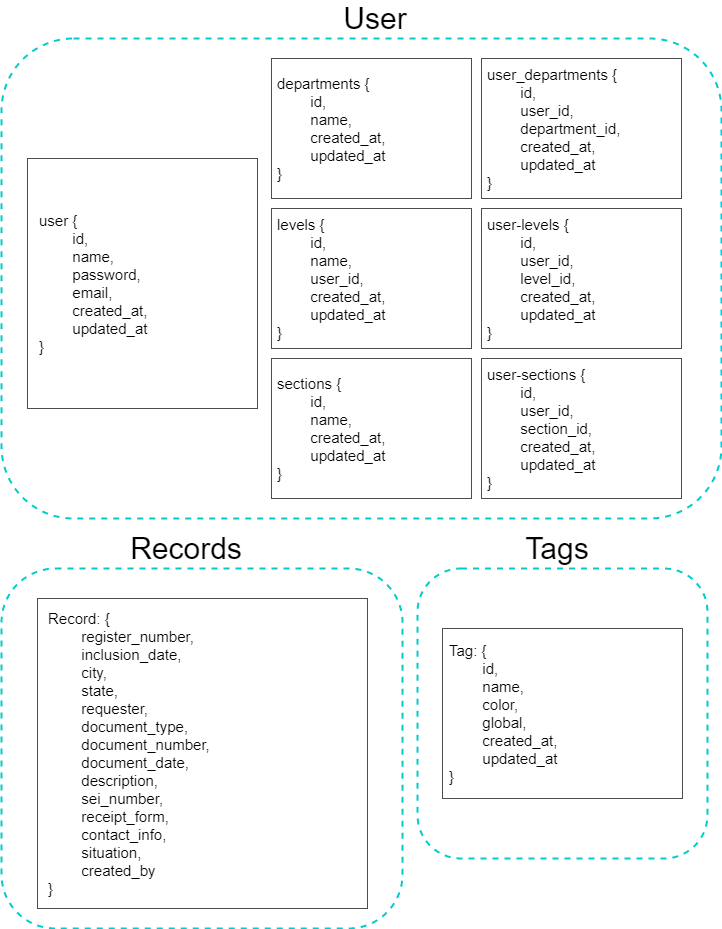
The draw.io diagram docs/imgs/architecture/visao-logica.drawio.png in fga-eps-mds/2021.1-Oraculo, before a commit. Source tidied: cells renumbered, new cells last; positions are measured from the earlier drawing's top-left corner, leaving out a move shared by most shapes.
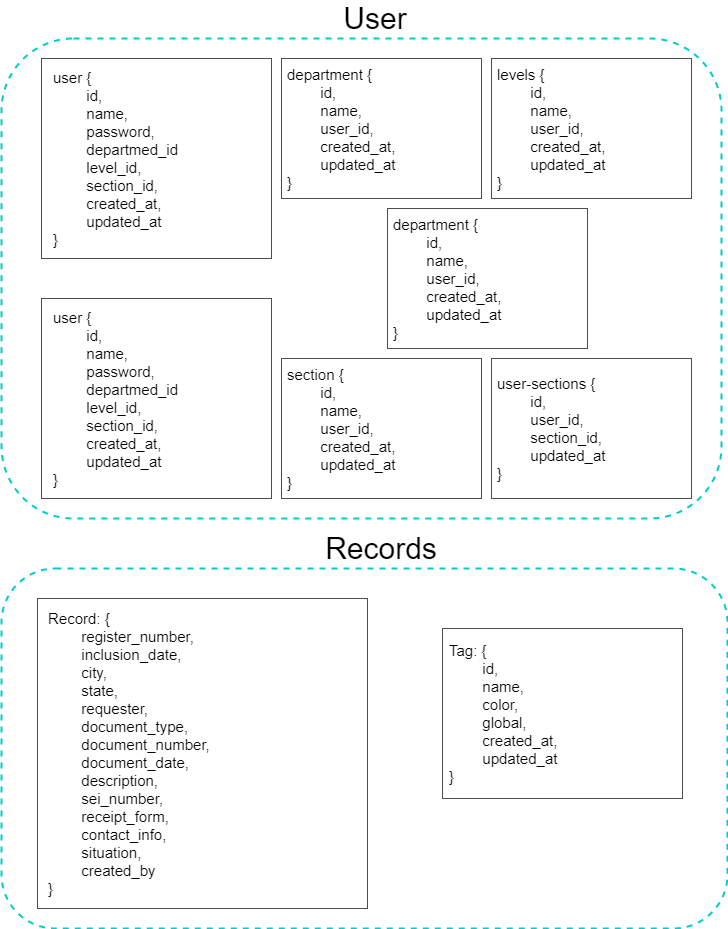
The same file after the commit.

Commit message:
update diagrams in document fga-eps-mds/2021.1-Oraculo#126

Diff of the diagram source:
```diff
@@ -9,20 +9,14 @@
       <mxGeometry x="354" width="40" height="20" as="geometry" />
     </mxCell>
     <mxCell id="4" style="group;" parent="1" vertex="1">
-      <mxGeometry x="26" y="150" width="230" height="250" as="geometry" />
+      <mxGeometry x="40" y="50" width="230" height="200" as="geometry" />
     </mxCell>
     <mxCell id="5" style="rounded=0;whiteSpace=wrap;html=1;fontSize=30;strokeColor=#4D4D4D;strokeWidth=1;fillColor=none;align=center;labelPosition=center;verticalLabelPosition=middle;verticalAlign=middle;" parent="4" vertex="1">
-      <mxGeometry width="230" height="250" as="geometry" />
+      <mxGeometry width="230" height="200" as="geometry" />
     </mxCell>
-    <mxCell id="6" value="&lt;div style=&quot;font-size: 15px&quot;&gt;user {&lt;/div&gt;&lt;div style=&quot;font-size: 15px&quot;&gt;&amp;nbsp; &lt;span style=&quot;white-space: pre&quot;&gt;&#9;&lt;/span&gt;id,&lt;/div&gt;&lt;div style=&quot;font-size: 15px&quot;&gt;&amp;nbsp; &lt;span style=&quot;white-space: pre&quot;&gt;&#9;&lt;/span&gt;name,&lt;/div&gt;&lt;div style=&quot;font-size: 15px&quot;&gt;&lt;span style=&quot;white-space: pre&quot;&gt;&#9;&lt;/span&gt;password,&lt;/div&gt;&lt;div style=&quot;font-size: 15px&quot;&gt;&lt;span style=&quot;white-space: pre&quot;&gt;&#9;&lt;/span&gt;email,&lt;/div&gt;&lt;div style=&quot;font-size: 15px&quot;&gt;&lt;span style=&quot;white-space: pre&quot;&gt;&#9;&lt;/span&gt;created_at,&lt;br&gt;&lt;/div&gt;&lt;div style=&quot;font-size: 15px&quot;&gt;&lt;span style=&quot;white-space: pre&quot;&gt;&#9;&lt;/span&gt;updated_at&lt;br&gt;&lt;/div&gt;&lt;div style=&quot;font-size: 15px&quot;&gt;}&lt;/div&gt;" style="text;html=1;strokeColor=none;fillColor=none;align=left;verticalAlign=middle;whiteSpace=wrap;rounded=0;hachureGap=4;fontSize=15;" parent="4" vertex="1">
-      <mxGeometry x="9.6" y="17" width="210.8" height="215.9" as="geometry" />
+    <mxCell id="6" value="&lt;div style=&quot;font-size: 15px&quot;&gt;user {&lt;/div&gt;&lt;div style=&quot;font-size: 15px&quot;&gt;&amp;nbsp; &lt;span style=&quot;white-space: pre&quot;&gt;&#9;&lt;/span&gt;id,&lt;/div&gt;&lt;div style=&quot;font-size: 15px&quot;&gt;&amp;nbsp; &lt;span style=&quot;white-space: pre&quot;&gt;&#9;&lt;/span&gt;name,&lt;/div&gt;&lt;div style=&quot;font-size: 15px&quot;&gt;&lt;span style=&quot;white-space: pre&quot;&gt;&#9;&lt;/span&gt;password,&lt;/div&gt;&lt;div style=&quot;font-size: 15px&quot;&gt;&amp;nbsp; &lt;span style=&quot;white-space: pre&quot;&gt;&#9;&lt;/span&gt;departmed_id&lt;/div&gt;&lt;div style=&quot;font-size: 15px&quot;&gt;&amp;nbsp; &lt;span style=&quot;white-space: pre&quot;&gt;&#9;&lt;/span&gt;level_id,&lt;/div&gt;&lt;div style=&quot;font-size: 15px&quot;&gt;&amp;nbsp; &lt;span style=&quot;white-space: pre&quot;&gt;&#9;&lt;/span&gt;section_id,&lt;/div&gt;&lt;div style=&quot;font-size: 15px&quot;&gt;&amp;nbsp; &lt;span style=&quot;white-space: pre&quot;&gt;&#9;&lt;/span&gt;created_at,&lt;/div&gt;&lt;div style=&quot;font-size: 15px&quot;&gt;&amp;nbsp; &lt;span style=&quot;white-space: pre&quot;&gt;&#9;&lt;/span&gt;updated_at&lt;/div&gt;&lt;div style=&quot;font-size: 15px&quot;&gt;}&lt;/div&gt;" style="text;html=1;strokeColor=none;fillColor=none;align=left;verticalAlign=middle;whiteSpace=wrap;rounded=0;hachureGap=4;fontSize=15;" parent="4" vertex="1">
+      <mxGeometry x="9.6" y="13.6" width="210.8" height="172.7" as="geometry" />
     </mxCell>
-    <mxCell id="7" style="rounded=1;whiteSpace=wrap;html=1;strokeColor=#00CCCC;dashed=1;strokeWidth=2;fillColor=none;" parent="1" vertex="1">
-      <mxGeometry x="416" y="560" width="290" height="290" as="geometry" />
-    </mxCell>
-    <mxCell id="8" value="Tags" style="text;html=1;strokeColor=none;fillColor=none;align=center;verticalAlign=middle;whiteSpace=wrap;rounded=0;dashed=1;fontSize=30;" parent="1" vertex="1">
-      <mxGeometry x="535.5" y="530" width="40" height="20" as="geometry" />
-    </mxCell>
     <mxCell id="9" style="group;" parent="1" vertex="1">
       <mxGeometry x="441" y="620" width="240" height="170" as="geometry" />
     </mxCell>
@@ -33,10 +27,10 @@
       <mxGeometry x="5" y="5" width="230" height="160" as="geometry" />
     </mxCell>
     <mxCell id="12" style="rounded=1;whiteSpace=wrap;html=1;strokeColor=#00CCCC;dashed=1;strokeWidth=2;fillColor=none;" parent="1" vertex="1">
-      <mxGeometry y="560" width="401" height="360" as="geometry" />
+      <mxGeometry y="560" width="726" height="360" as="geometry" />
     </mxCell>
     <mxCell id="13" value="Records" style="text;html=1;strokeColor=none;fillColor=none;align=center;verticalAlign=middle;whiteSpace=wrap;rounded=0;dashed=1;fontSize=30;" parent="1" vertex="1">
-      <mxGeometry x="165" y="530" width="40" height="20" as="geometry" />
+      <mxGeometry x="360" y="530" width="40" height="20" as="geometry" />
     </mxCell>
     <mxCell id="14" style="group;" parent="1" vertex="1">
       <mxGeometry x="36" y="590" width="330" height="310" as="geometry" />
@@ -48,57 +42,57 @@
       <mxGeometry x="9.4" y="9.1" width="313.7" height="291.8" as="geometry" />
     </mxCell>
     <mxCell id="17" style="group;" parent="1" vertex="1">
-      <mxGeometry x="270" y="200" width="200" height="140" as="geometry" />
+      <mxGeometry x="280" y="50" width="200" height="140" as="geometry" />
     </mxCell>
     <mxCell id="18" style="rounded=0;whiteSpace=wrap;html=1;fontSize=30;strokeColor=#4D4D4D;strokeWidth=1;fillColor=none;align=center;labelPosition=center;verticalLabelPosition=middle;verticalAlign=middle;" parent="17" vertex="1">
       <mxGeometry width="200" height="140" as="geometry" />
     </mxCell>
-    <mxCell id="19" value="&lt;div&gt;levels {&lt;/div&gt;&lt;div&gt;&amp;nbsp; &lt;span style=&quot;white-space: pre&quot;&gt;&#9;&lt;/span&gt;id,&lt;/div&gt;&lt;div&gt;&amp;nbsp; &lt;span style=&quot;white-space: pre&quot;&gt;&#9;&lt;/span&gt;name,&lt;/div&gt;&lt;div&gt;&amp;nbsp; &lt;span style=&quot;white-space: pre&quot;&gt;&#9;&lt;/span&gt;user_id,&lt;/div&gt;&lt;div&gt;&amp;nbsp; &lt;span style=&quot;white-space: pre&quot;&gt;&#9;&lt;/span&gt;created_at,&lt;/div&gt;&lt;div&gt;&amp;nbsp; &lt;span style=&quot;white-space: pre&quot;&gt;&#9;&lt;/span&gt;updated_at&lt;/div&gt;&lt;div&gt;}&lt;/div&gt;" style="text;html=1;strokeColor=none;fillColor=none;align=left;verticalAlign=middle;rounded=0;fontSize=15;labelPosition=center;verticalLabelPosition=middle;" parent="17" vertex="1">
+    <mxCell id="19" value="&lt;div&gt;department {&lt;/div&gt;&lt;div&gt;&amp;nbsp; &lt;span style=&quot;white-space: pre&quot;&gt;&#9;&lt;/span&gt;id,&lt;/div&gt;&lt;div&gt;&amp;nbsp; &lt;span style=&quot;white-space: pre&quot;&gt;&#9;&lt;/span&gt;name,&lt;/div&gt;&lt;div&gt;&amp;nbsp; &lt;span style=&quot;white-space: pre&quot;&gt;&#9;&lt;/span&gt;user_id,&lt;/div&gt;&lt;div&gt;&amp;nbsp; &lt;span style=&quot;white-space: pre&quot;&gt;&#9;&lt;/span&gt;created_at,&lt;/div&gt;&lt;div&gt;&amp;nbsp; &lt;span style=&quot;white-space: pre&quot;&gt;&#9;&lt;/span&gt;updated_at&lt;/div&gt;&lt;div&gt;}&lt;/div&gt;" style="text;html=1;strokeColor=none;fillColor=none;align=left;verticalAlign=middle;rounded=0;fontSize=15;labelPosition=center;verticalLabelPosition=middle;" parent="17" vertex="1">
       <mxGeometry x="4.2" y="4.1" width="191.7" height="131.8" as="geometry" />
     </mxCell>
-    <mxCell id="20" style="group;" parent="17" vertex="1">
-      <mxGeometry y="-150" width="200" height="140" as="geometry" />
-    </mxCell>
-    <mxCell id="21" style="rounded=0;whiteSpace=wrap;html=1;fontSize=30;strokeColor=#4D4D4D;strokeWidth=1;fillColor=none;align=center;labelPosition=center;verticalLabelPosition=middle;verticalAlign=middle;" parent="20" vertex="1">
-      <mxGeometry width="200" height="140" as="geometry" />
-    </mxCell>
-    <mxCell id="22" value="&lt;div&gt;departments {&lt;/div&gt;&lt;div&gt;&amp;nbsp; &lt;span style=&quot;white-space: pre&quot;&gt;&#9;&lt;/span&gt;id,&lt;/div&gt;&lt;div&gt;&amp;nbsp; &lt;span style=&quot;white-space: pre&quot;&gt;&#9;&lt;/span&gt;name,&lt;/div&gt;&lt;div&gt;&amp;nbsp; &lt;span style=&quot;white-space: pre&quot;&gt;&#9;&lt;/span&gt;created_at,&lt;/div&gt;&lt;div&gt;&amp;nbsp; &lt;span style=&quot;white-space: pre&quot;&gt;&#9;&lt;/span&gt;updated_at&lt;/div&gt;&lt;div&gt;}&lt;/div&gt;" style="text;html=1;strokeColor=none;fillColor=none;align=left;verticalAlign=middle;rounded=0;fontSize=15;labelPosition=center;verticalLabelPosition=middle;" parent="20" vertex="1">
-      <mxGeometry x="4.2" y="4.1" width="191.7" height="131.8" as="geometry" />
-    </mxCell>
     <mxCell id="23" style="group;" parent="1" vertex="1">
-      <mxGeometry x="270" y="350" width="200" height="140" as="geometry" />
+      <mxGeometry x="280" y="350" width="200" height="140" as="geometry" />
     </mxCell>
     <mxCell id="24" style="rounded=0;whiteSpace=wrap;html=1;fontSize=30;strokeColor=#4D4D4D;strokeWidth=1;fillColor=none;align=center;labelPosition=center;verticalLabelPosition=middle;verticalAlign=middle;" parent="23" vertex="1">
       <mxGeometry width="200" height="140" as="geometry" />
     </mxCell>
-    <mxCell id="25" value="&lt;div&gt;sections {&lt;/div&gt;&lt;div&gt;&amp;nbsp; &lt;span style=&quot;white-space: pre&quot;&gt;&#9;&lt;/span&gt;id,&lt;/div&gt;&lt;div&gt;&amp;nbsp; &lt;span style=&quot;white-space: pre&quot;&gt;&#9;&lt;/span&gt;name,&lt;/div&gt;&lt;div&gt;&amp;nbsp; &lt;span style=&quot;white-space: pre&quot;&gt;&#9;&lt;/span&gt;created_at,&lt;/div&gt;&lt;div&gt;&amp;nbsp; &lt;span style=&quot;white-space: pre&quot;&gt;&#9;&lt;/span&gt;updated_at&lt;/div&gt;&lt;div&gt;}&lt;/div&gt;" style="text;html=1;strokeColor=none;fillColor=none;align=left;verticalAlign=middle;rounded=0;fontSize=15;labelPosition=center;verticalLabelPosition=middle;" parent="23" vertex="1">
+    <mxCell id="25" value="&lt;div&gt;section {&lt;/div&gt;&lt;div&gt;&amp;nbsp; &lt;span style=&quot;white-space: pre&quot;&gt;&#9;&lt;/span&gt;id,&lt;/div&gt;&lt;div&gt;&amp;nbsp; &lt;span style=&quot;white-space: pre&quot;&gt;&#9;&lt;/span&gt;name,&lt;/div&gt;&lt;div&gt;&amp;nbsp; &lt;span style=&quot;white-space: pre&quot;&gt;&#9;&lt;/span&gt;user_id,&lt;/div&gt;&lt;div&gt;&amp;nbsp; &lt;span style=&quot;white-space: pre&quot;&gt;&#9;&lt;/span&gt;created_at,&lt;/div&gt;&lt;div&gt;&amp;nbsp; &lt;span style=&quot;white-space: pre&quot;&gt;&#9;&lt;/span&gt;updated_at&lt;/div&gt;&lt;div&gt;}&lt;/div&gt;" style="text;html=1;strokeColor=none;fillColor=none;align=left;verticalAlign=middle;rounded=0;fontSize=15;labelPosition=center;verticalLabelPosition=middle;" parent="23" vertex="1">
       <mxGeometry x="4.2" y="4.1" width="191.7" height="131.8" as="geometry" />
     </mxCell>
     <mxCell id="26" style="group;" parent="1" vertex="1">
-      <mxGeometry x="480" y="50" width="200" height="140" as="geometry" />
+      <mxGeometry x="490" y="50" width="200" height="140" as="geometry" />
     </mxCell>
     <mxCell id="27" style="rounded=0;whiteSpace=wrap;html=1;fontSize=30;strokeColor=#4D4D4D;strokeWidth=1;fillColor=none;align=center;labelPosition=center;verticalLabelPosition=middle;verticalAlign=middle;" parent="26" vertex="1">
       <mxGeometry width="200" height="140" as="geometry" />
     </mxCell>
-    <mxCell id="28" value="&lt;div&gt;user_departments {&lt;/div&gt;&lt;div&gt;&amp;nbsp; &lt;span style=&quot;white-space: pre&quot;&gt;&#9;&lt;/span&gt;id,&lt;/div&gt;&lt;div&gt;&amp;nbsp; &lt;span style=&quot;white-space: pre&quot;&gt;&#9;&lt;/span&gt;user_id,&lt;/div&gt;&lt;div&gt;&lt;span style=&quot;white-space: pre&quot;&gt;&#9;&lt;/span&gt;department_id,&lt;br&gt;&lt;/div&gt;&lt;div&gt;&amp;nbsp; &lt;span style=&quot;white-space: pre&quot;&gt;&#9;&lt;/span&gt;created_at,&lt;/div&gt;&lt;div&gt;&amp;nbsp; &lt;span style=&quot;white-space: pre&quot;&gt;&#9;&lt;/span&gt;updated_at&lt;/div&gt;&lt;div&gt;}&lt;/div&gt;" style="text;html=1;strokeColor=none;fillColor=none;align=left;verticalAlign=middle;rounded=0;fontSize=15;labelPosition=center;verticalLabelPosition=middle;" parent="26" vertex="1">
+    <mxCell id="28" value="&lt;div&gt;levels {&lt;/div&gt;&lt;div&gt;&amp;nbsp; &lt;span style=&quot;white-space: pre&quot;&gt;&#9;&lt;/span&gt;id,&lt;/div&gt;&lt;div&gt;&amp;nbsp; &lt;span style=&quot;white-space: pre&quot;&gt;&#9;&lt;/span&gt;name,&lt;/div&gt;&lt;div&gt;&amp;nbsp; &lt;span style=&quot;white-space: pre&quot;&gt;&#9;&lt;/span&gt;user_id,&lt;/div&gt;&lt;div&gt;&amp;nbsp; &lt;span style=&quot;white-space: pre&quot;&gt;&#9;&lt;/span&gt;created_at,&lt;/div&gt;&lt;div&gt;&amp;nbsp; &lt;span style=&quot;white-space: pre&quot;&gt;&#9;&lt;/span&gt;updated_at&lt;/div&gt;&lt;div&gt;}&lt;/div&gt;" style="text;html=1;strokeColor=none;fillColor=none;align=left;verticalAlign=middle;rounded=0;fontSize=15;labelPosition=center;verticalLabelPosition=middle;" parent="26" vertex="1">
       <mxGeometry x="4.2" y="4.1" width="191.7" height="131.8" as="geometry" />
     </mxCell>
+    <mxCell id="35" style="group;" parent="1" vertex="1">
+      <mxGeometry x="40" y="290" width="230" height="200" as="geometry" />
+    </mxCell>
+    <mxCell id="36" style="rounded=0;whiteSpace=wrap;html=1;fontSize=30;strokeColor=#4D4D4D;strokeWidth=1;fillColor=none;align=center;labelPosition=center;verticalLabelPosition=middle;verticalAlign=middle;" parent="35" vertex="1">
+      <mxGeometry width="230" height="200" as="geometry" />
+    </mxCell>
+    <mxCell id="37" value="&lt;div style=&quot;font-size: 15px&quot;&gt;user {&lt;/div&gt;&lt;div style=&quot;font-size: 15px&quot;&gt;&amp;nbsp; &lt;span style=&quot;white-space: pre&quot;&gt;&#9;&lt;/span&gt;id,&lt;/div&gt;&lt;div style=&quot;font-size: 15px&quot;&gt;&amp;nbsp; &lt;span style=&quot;white-space: pre&quot;&gt;&#9;&lt;/span&gt;name,&lt;/div&gt;&lt;div style=&quot;font-size: 15px&quot;&gt;&lt;span style=&quot;white-space: pre&quot;&gt;&#9;&lt;/span&gt;password,&lt;/div&gt;&lt;div style=&quot;font-size: 15px&quot;&gt;&amp;nbsp; &lt;span style=&quot;white-space: pre&quot;&gt;&#9;&lt;/span&gt;departmed_id&lt;/div&gt;&lt;div style=&quot;font-size: 15px&quot;&gt;&amp;nbsp; &lt;span style=&quot;white-space: pre&quot;&gt;&#9;&lt;/span&gt;level_id,&lt;/div&gt;&lt;div style=&quot;font-size: 15px&quot;&gt;&amp;nbsp; &lt;span style=&quot;white-space: pre&quot;&gt;&#9;&lt;/span&gt;section_id,&lt;/div&gt;&lt;div style=&quot;font-size: 15px&quot;&gt;&amp;nbsp; &lt;span style=&quot;white-space: pre&quot;&gt;&#9;&lt;/span&gt;created_at,&lt;/div&gt;&lt;div style=&quot;font-size: 15px&quot;&gt;&amp;nbsp; &lt;span style=&quot;white-space: pre&quot;&gt;&#9;&lt;/span&gt;updated_at&lt;/div&gt;&lt;div style=&quot;font-size: 15px&quot;&gt;}&lt;/div&gt;" style="text;html=1;strokeColor=none;fillColor=none;align=left;verticalAlign=middle;whiteSpace=wrap;rounded=0;hachureGap=4;fontSize=15;" parent="35" vertex="1">
+      <mxGeometry x="9.6" y="13.6" width="210.8" height="172.7" as="geometry" />
+    </mxCell>
     <mxCell id="29" style="group;" parent="1" vertex="1">
-      <mxGeometry x="480" y="350" width="200" height="140" as="geometry" />
+      <mxGeometry x="490" y="350" width="200" height="140" as="geometry" />
     </mxCell>
     <mxCell id="30" style="rounded=0;whiteSpace=wrap;html=1;fontSize=30;strokeColor=#4D4D4D;strokeWidth=1;fillColor=none;align=center;labelPosition=center;verticalLabelPosition=middle;verticalAlign=middle;" parent="29" vertex="1">
       <mxGeometry width="200" height="140" as="geometry" />
     </mxCell>
-    <mxCell id="31" value="&lt;div&gt;user-sections {&lt;/div&gt;&lt;div&gt;&amp;nbsp; &lt;span style=&quot;white-space: pre&quot;&gt;&#9;&lt;/span&gt;id,&lt;/div&gt;&lt;div&gt;&amp;nbsp; &lt;span style=&quot;white-space: pre&quot;&gt;&#9;&lt;/span&gt;user_id,&lt;/div&gt;&lt;div&gt;&amp;nbsp; &lt;span style=&quot;white-space: pre&quot;&gt;&#9;&lt;/span&gt;section_id,&lt;/div&gt;&lt;div&gt;&lt;span style=&quot;white-space: pre&quot;&gt;&#9;&lt;/span&gt;created_at,&lt;br&gt;&lt;/div&gt;&lt;div&gt;&amp;nbsp; &lt;span style=&quot;white-space: pre&quot;&gt;&#9;&lt;/span&gt;updated_at&lt;/div&gt;&lt;div&gt;}&lt;/div&gt;" style="text;html=1;strokeColor=none;fillColor=none;align=left;verticalAlign=middle;rounded=0;fontSize=15;labelPosition=center;verticalLabelPosition=middle;" parent="29" vertex="1">
+    <mxCell id="31" value="&lt;div&gt;user-sections {&lt;/div&gt;&lt;div&gt;&amp;nbsp; &lt;span style=&quot;white-space: pre&quot;&gt;&#9;&lt;/span&gt;id,&lt;/div&gt;&lt;div&gt;&amp;nbsp; &lt;span style=&quot;white-space: pre&quot;&gt;&#9;&lt;/span&gt;user_id,&lt;/div&gt;&lt;div&gt;&amp;nbsp; &lt;span style=&quot;white-space: pre&quot;&gt;&#9;&lt;/span&gt;section_id,&lt;/div&gt;&lt;div&gt;&amp;nbsp; &lt;span style=&quot;white-space: pre&quot;&gt;&#9;&lt;/span&gt;updated_at&lt;/div&gt;&lt;div&gt;}&lt;/div&gt;" style="text;html=1;strokeColor=none;fillColor=none;align=left;verticalAlign=middle;rounded=0;fontSize=15;labelPosition=center;verticalLabelPosition=middle;" parent="29" vertex="1">
       <mxGeometry x="4.2" y="4.1" width="191.7" height="131.8" as="geometry" />
     </mxCell>
     <mxCell id="32" style="group;" parent="1" vertex="1">
-      <mxGeometry x="480" y="200" width="200" height="140" as="geometry" />
+      <mxGeometry x="386" y="200" width="200" height="140" as="geometry" />
     </mxCell>
     <mxCell id="33" style="rounded=0;whiteSpace=wrap;html=1;fontSize=30;strokeColor=#4D4D4D;strokeWidth=1;fillColor=none;align=center;labelPosition=center;verticalLabelPosition=middle;verticalAlign=middle;" parent="32" vertex="1">
       <mxGeometry width="200" height="140" as="geometry" />
     </mxCell>
-    <mxCell id="34" value="&lt;div&gt;user-levels {&lt;/div&gt;&lt;div&gt;&amp;nbsp; &lt;span style=&quot;white-space: pre&quot;&gt;&#9;&lt;/span&gt;id,&lt;/div&gt;&lt;div&gt;&amp;nbsp; &lt;span style=&quot;white-space: pre&quot;&gt;&#9;&lt;/span&gt;user_id,&lt;/div&gt;&lt;div&gt;&amp;nbsp; &lt;span style=&quot;white-space: pre&quot;&gt;&#9;&lt;/span&gt;level_id,&lt;/div&gt;&lt;div&gt;&amp;nbsp; &lt;span style=&quot;white-space: pre&quot;&gt;&#9;&lt;/span&gt;created_at,&lt;/div&gt;&lt;div&gt;&amp;nbsp; &lt;span style=&quot;white-space: pre&quot;&gt;&#9;&lt;/span&gt;updated_at&lt;/div&gt;&lt;div&gt;}&lt;/div&gt;" style="text;html=1;strokeColor=none;fillColor=none;align=left;verticalAlign=middle;rounded=0;fontSize=15;labelPosition=center;verticalLabelPosition=middle;" parent="32" vertex="1">
+    <mxCell id="34" value="&lt;div&gt;department {&lt;/div&gt;&lt;div&gt;&amp;nbsp; &lt;span style=&quot;white-space: pre&quot;&gt;&#9;&lt;/span&gt;id,&lt;/div&gt;&lt;div&gt;&amp;nbsp; &lt;span style=&quot;white-space: pre&quot;&gt;&#9;&lt;/span&gt;name,&lt;/div&gt;&lt;div&gt;&amp;nbsp; &lt;span style=&quot;white-space: pre&quot;&gt;&#9;&lt;/span&gt;user_id,&lt;/div&gt;&lt;div&gt;&amp;nbsp; &lt;span style=&quot;white-space: pre&quot;&gt;&#9;&lt;/span&gt;created_at,&lt;/div&gt;&lt;div&gt;&amp;nbsp; &lt;span style=&quot;white-space: pre&quot;&gt;&#9;&lt;/span&gt;updated_at&lt;/div&gt;&lt;div&gt;}&lt;/div&gt;" style="text;html=1;strokeColor=none;fillColor=none;align=left;verticalAlign=middle;rounded=0;fontSize=15;labelPosition=center;verticalLabelPosition=middle;" parent="32" vertex="1">
       <mxGeometry x="4.2" y="4.1" width="191.7" height="131.8" as="geometry" />
     </mxCell>
   </root>
```
